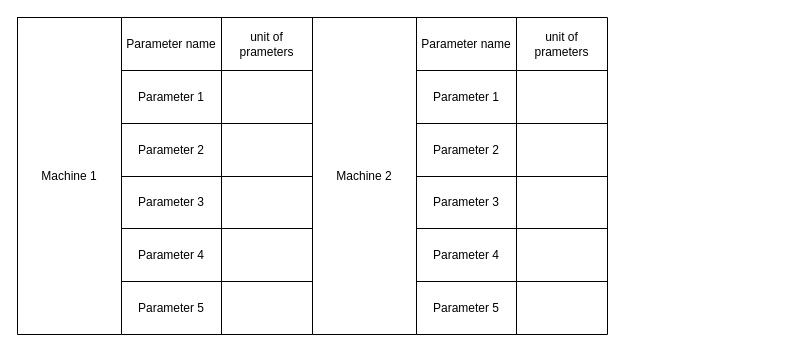
amerezoji1362/drawio-github keeps this draw.io diagram as Machining parameters.drawio. Above is the earlier version. Source tidied: cells renumbered, new cells numbered last; positions are measured from the earlier drawing's top-left corner, leaving out a move shared by most shapes. Both pictures are drawn from the tidied source at 100%, with x=0, y=0 at pixel (17, 17).
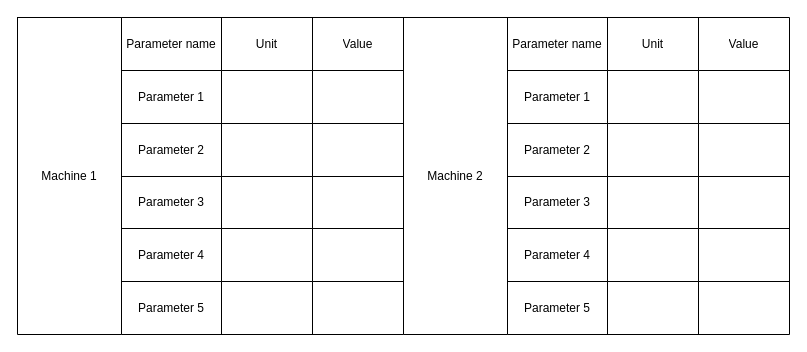
After the change.

Change to the diagram source:
```diff
@@
     <mxCell id="2" style="shape=table;startSize=0;childLayout=tableLayout;" parent="1" vertex="1">
-      <mxGeometry x="104" width="191" height="317" as="geometry" />
+      <mxGeometry x="104" width="282" height="317" as="geometry" />
     </mxCell>
     <mxCell id="3" style="shape=partialRectangle;fillColor=none;top=0;left=0;bottom=0;right=0;" parent="2" vertex="1">
-      <mxGeometry width="191" height="53" as="geometry" />
+      <mxGeometry width="282" height="53" as="geometry" />
     </mxCell>
@@
-    <mxCell id="5" value="unit of prameters" style="shape=partialRectangle;html=1;whiteSpace=wrap;overflow=hidden;fillColor=none;top=0;left=0;bottom=0;right=0;" parent="3" vertex="1">
+    <mxCell id="5" value="Unit" style="shape=partialRectangle;html=1;whiteSpace=wrap;overflow=hidden;fillColor=none;top=0;left=0;bottom=0;right=0;" parent="3" vertex="1">
       <mxGeometry x="100" width="91" height="53" as="geometry" />
     </mxCell>
+    <mxCell id="46" value="Value" style="shape=partialRectangle;html=1;whiteSpace=wrap;overflow=hidden;fillColor=none;top=0;left=0;bottom=0;right=0;" parent="3" vertex="1">
+      <mxGeometry x="191" width="91" height="53" as="geometry" />
+    </mxCell>
     <mxCell id="6" style="shape=partialRectangle;fillColor=none;top=0;left=0;bottom=0;right=0;" parent="2" vertex="1">
-      <mxGeometry y="53" width="191" height="53" as="geometry" />
+      <mxGeometry y="53" width="282" height="53" as="geometry" />
     </mxCell>
@@
+    <mxCell id="47" style="shape=partialRectangle;html=1;whiteSpace=wrap;overflow=hidden;fillColor=none;top=0;left=0;bottom=0;right=0;" parent="6" vertex="1">
+      <mxGeometry x="191" width="91" height="53" as="geometry" />
+    </mxCell>
     <mxCell id="9" style="shape=partialRectangle;fillColor=none;top=0;left=0;bottom=0;right=0;" parent="2" vertex="1">
-      <mxGeometry y="106" width="191" height="53" as="geometry" />
+      <mxGeometry y="106" width="282" height="53" as="geometry" />
     </mxCell>
@@
+    <mxCell id="48" style="shape=partialRectangle;html=1;whiteSpace=wrap;overflow=hidden;fillColor=none;top=0;left=0;bottom=0;right=0;" parent="9" vertex="1">
+      <mxGeometry x="191" width="91" height="53" as="geometry" />
+    </mxCell>
     <mxCell id="12" style="shape=partialRectangle;fillColor=none;top=0;left=0;bottom=0;right=0;" parent="2" vertex="1">
-      <mxGeometry y="159" width="191" height="52" as="geometry" />
+      <mxGeometry y="159" width="282" height="52" as="geometry" />
     </mxCell>
@@
+    <mxCell id="49" style="shape=partialRectangle;html=1;whiteSpace=wrap;overflow=hidden;fillColor=none;top=0;left=0;bottom=0;right=0;" parent="12" vertex="1">
+      <mxGeometry x="191" width="91" height="52" as="geometry" />
+    </mxCell>
     <mxCell id="15" style="shape=partialRectangle;fillColor=none;top=0;left=0;bottom=0;right=0;" parent="2" vertex="1">
-      <mxGeometry y="211" width="191" height="53" as="geometry" />
+      <mxGeometry y="211" width="282" height="53" as="geometry" />
     </mxCell>
@@
+    <mxCell id="50" style="shape=partialRectangle;html=1;whiteSpace=wrap;overflow=hidden;fillColor=none;top=0;left=0;bottom=0;right=0;" parent="15" vertex="1">
+      <mxGeometry x="191" width="91" height="53" as="geometry" />
+    </mxCell>
     <mxCell id="18" style="shape=partialRectangle;fillColor=none;top=0;left=0;bottom=0;right=0;" parent="2" vertex="1">
-      <mxGeometry y="264" width="191" height="53" as="geometry" />
+      <mxGeometry y="264" width="282" height="53" as="geometry" />
     </mxCell>
@@
+    <mxCell id="51" style="shape=partialRectangle;html=1;whiteSpace=wrap;overflow=hidden;fillColor=none;top=0;left=0;bottom=0;right=0;" parent="18" vertex="1">
+      <mxGeometry x="191" width="91" height="53" as="geometry" />
+    </mxCell>
@@
     <mxCell id="24" style="shape=table;startSize=0;childLayout=tableLayout;" parent="1" vertex="1">
-      <mxGeometry x="295" width="104" height="317" as="geometry" />
+      <mxGeometry x="386" width="104" height="317" as="geometry" />
     </mxCell>
@@
     <mxCell id="27" style="shape=table;startSize=0;childLayout=tableLayout;" parent="1" vertex="1">
-      <mxGeometry x="399" width="191" height="317" as="geometry" />
+      <mxGeometry x="490" width="282" height="317" as="geometry" />
     </mxCell>
     <mxCell id="28" style="shape=partialRectangle;fillColor=none;top=0;left=0;bottom=0;right=0;" parent="27" vertex="1">
-      <mxGeometry width="191" height="53" as="geometry" />
+      <mxGeometry width="282" height="53" as="geometry" />
     </mxCell>
@@
-    <mxCell id="30" value="unit of prameters" style="shape=partialRectangle;html=1;whiteSpace=wrap;overflow=hidden;fillColor=none;top=0;left=0;bottom=0;right=0;" parent="28" vertex="1">
+    <mxCell id="30" value="Unit" style="shape=partialRectangle;html=1;whiteSpace=wrap;overflow=hidden;fillColor=none;top=0;left=0;bottom=0;right=0;" parent="28" vertex="1">
       <mxGeometry x="100" width="91" height="53" as="geometry" />
     </mxCell>
+    <mxCell id="52" value="Value" style="shape=partialRectangle;html=1;whiteSpace=wrap;overflow=hidden;fillColor=none;top=0;left=0;bottom=0;right=0;" parent="28" vertex="1">
+      <mxGeometry x="191" width="91" height="53" as="geometry" />
+    </mxCell>
     <mxCell id="31" style="shape=partialRectangle;fillColor=none;top=0;left=0;bottom=0;right=0;" parent="27" vertex="1">
-      <mxGeometry y="53" width="191" height="53" as="geometry" />
+      <mxGeometry y="53" width="282" height="53" as="geometry" />
     </mxCell>
@@
+    <mxCell id="53" style="shape=partialRectangle;html=1;whiteSpace=wrap;overflow=hidden;fillColor=none;top=0;left=0;bottom=0;right=0;" parent="31" vertex="1">
+      <mxGeometry x="191" width="91" height="53" as="geometry" />
+    </mxCell>
     <mxCell id="34" style="shape=partialRectangle;fillColor=none;top=0;left=0;bottom=0;right=0;" parent="27" vertex="1">
-      <mxGeometry y="106" width="191" height="53" as="geometry" />
+      <mxGeometry y="106" width="282" height="53" as="geometry" />
     </mxCell>
@@
+    <mxCell id="54" style="shape=partialRectangle;html=1;whiteSpace=wrap;overflow=hidden;fillColor=none;top=0;left=0;bottom=0;right=0;" parent="34" vertex="1">
+      <mxGeometry x="191" width="91" height="53" as="geometry" />
+    </mxCell>
     <mxCell id="37" style="shape=partialRectangle;fillColor=none;top=0;left=0;bottom=0;right=0;" parent="27" vertex="1">
-      <mxGeometry y="159" width="191" height="52" as="geometry" />
+      <mxGeometry y="159" width="282" height="52" as="geometry" />
     </mxCell>
@@
+    <mxCell id="55" style="shape=partialRectangle;html=1;whiteSpace=wrap;overflow=hidden;fillColor=none;top=0;left=0;bottom=0;right=0;" parent="37" vertex="1">
+      <mxGeometry x="191" width="91" height="52" as="geometry" />
+    </mxCell>
     <mxCell id="40" style="shape=partialRectangle;fillColor=none;top=0;left=0;bottom=0;right=0;" parent="27" vertex="1">
-      <mxGeometry y="211" width="191" height="53" as="geometry" />
+      <mxGeometry y="211" width="282" height="53" as="geometry" />
     </mxCell>
@@
+    <mxCell id="56" style="shape=partialRectangle;html=1;whiteSpace=wrap;overflow=hidden;fillColor=none;top=0;left=0;bottom=0;right=0;" parent="40" vertex="1">
+      <mxGeometry x="191" width="91" height="53" as="geometry" />
+    </mxCell>
     <mxCell id="43" style="shape=partialRectangle;fillColor=none;top=0;left=0;bottom=0;right=0;" parent="27" vertex="1">
-      <mxGeometry y="264" width="191" height="53" as="geometry" />
+      <mxGeometry y="264" width="282" height="53" as="geometry" />
     </mxCell>
@@
+    <mxCell id="57" style="shape=partialRectangle;html=1;whiteSpace=wrap;overflow=hidden;fillColor=none;top=0;left=0;bottom=0;right=0;" parent="43" vertex="1">
+      <mxGeometry x="191" width="91" height="53" as="geometry" />
+    </mxCell>
```
